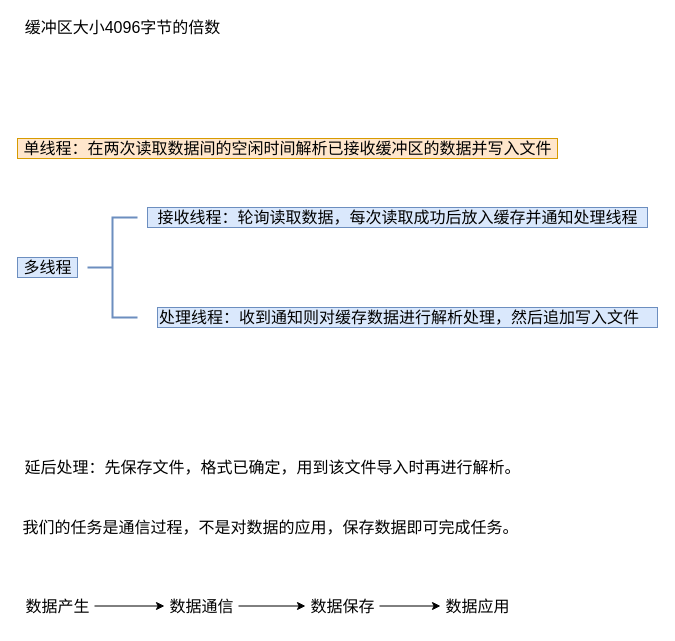
The draw.io diagram page "多线程保存数据" (4 of 5) of Untitled Diagram.drawio in fuxinsen/test, before the edit. Source tidied: cells renumbered, new cells numbered last; positions are measured from the earlier drawing's top-left corner, leaving out a move shared by most shapes. Both pictures are drawn from the tidied source at 100%, with x=0, y=0 at pixel (17, 17).
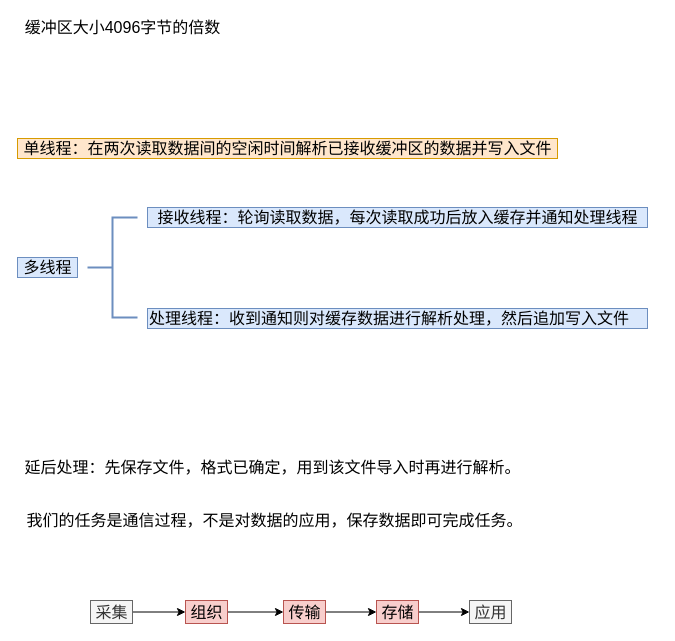
The same page after the edit.

Change to the diagram source:
```diff
@@
 <mxGraphModel>
   <root>
     <mxCell id="0" />
     <mxCell id="1" parent="0" />
     <mxCell id="2" style="strokeWidth=2;html=1;shape=mxgraph.flowchart.annotation_2;align=left;labelPosition=right;shadow=0;fontSize=16;startSize=0;fillColor=#dae8fc;strokeColor=#6c8ebf;" parent="1" vertex="1">
       <mxGeometry x="70" y="200" width="50" height="100" as="geometry" />
     </mxCell>
     <mxCell id="3" value="多线程" style="text;html=1;align=center;verticalAlign=middle;strokeColor=#6c8ebf;fontSize=16;fillColor=#dae8fc;" parent="1" vertex="1">
       <mxGeometry y="240" width="60" height="20" as="geometry" />
     </mxCell>
     <mxCell id="4" value="接收线程：轮询读取数据，每次读取成功后放入缓存并通知处理线程" style="text;html=1;align=center;verticalAlign=middle;strokeColor=#6c8ebf;fontSize=16;fillColor=#dae8fc;" parent="1" vertex="1">
       <mxGeometry x="130" y="190" width="500" height="20" as="geometry" />
     </mxCell>
     <mxCell id="5" value="单线程：在两次读取数据间的空闲时间解析已接收缓冲区的数据并写入文件" style="text;html=1;align=center;verticalAlign=middle;strokeColor=#d79b00;fontSize=16;fillColor=#ffe6cc;" parent="1" vertex="1">
       <mxGeometry y="121" width="540" height="20" as="geometry" />
     </mxCell>
     <mxCell id="6" value="处理线程：收到通知则对缓存数据进行解析处理，然后追加写入文件" style="text;html=1;align=left;verticalAlign=middle;strokeColor=#6c8ebf;fontSize=16;fillColor=#dae8fc;" parent="1" vertex="1">
-      <mxGeometry x="140" y="290" width="500" height="20" as="geometry" />
+      <mxGeometry x="130" y="291" width="500" height="20" as="geometry" />
     </mxCell>
     <mxCell id="7" value="缓冲区大小4096字节的倍数" style="text;html=1;align=center;verticalAlign=middle;strokeColor=none;fontSize=16;" parent="1" vertex="1">
       <mxGeometry width="210" height="20" as="geometry" />
     </mxCell>
     <mxCell id="8" value="延后处理：先保存文件，格式已确定，用到该文件导入时再进行解析。" style="text;html=1;align=center;verticalAlign=middle;strokeColor=none;fontSize=16;" parent="1" vertex="1">
       <mxGeometry y="440" width="510" height="20" as="geometry" />
     </mxCell>
     <mxCell id="9" value="我们的任务是通信过程，不是对数据的应用，保存数据即可完成任务。" style="text;html=1;align=center;verticalAlign=middle;strokeColor=none;fontSize=16;" parent="1" vertex="1">
-      <mxGeometry y="498" width="506" height="23" as="geometry" />
+      <mxGeometry x="4" y="491" width="506" height="23" as="geometry" />
     </mxCell>
-    <mxCell id="10" style="edgeStyle=orthogonalEdgeStyle;rounded=0;jettySize=auto;html=1;fontSize=16;startSize=0;strokeWidth=1;" parent="1" edge="1" source="11" target="13">
-      <mxGeometry relative="1" as="geometry" />
-    </mxCell>
+    <mxCell id="17" style="edgeStyle=orthogonalEdgeStyle;rounded=0;jettySize=auto;html=1;fontSize=16;startArrow=none;startFill=0;strokeWidth=1;" parent="1" edge="1" source="11" target="19">
+      <mxGeometry relative="1" as="geometry" />
+    </mxCell>
-    <mxCell id="11" value="数据产生" style="text;html=1;align=center;verticalAlign=middle;points=[];strokeColor=none;fontSize=16;" parent="1" vertex="1">
-      <mxGeometry x="3" y="577" width="74" height="23" as="geometry" />
+    <mxCell id="11" value="采集" style="text;html=1;align=center;verticalAlign=middle;points=[];strokeColor=#666666;fontSize=16;fillColor=#f5f5f5;fontColor=#333333;" parent="1" vertex="1">
+      <mxGeometry x="73" y="583" width="42" height="23" as="geometry" />
     </mxCell>
-    <mxCell id="12" style="edgeStyle=orthogonalEdgeStyle;rounded=0;jettySize=auto;html=1;fontSize=16;startSize=0;strokeWidth=1;" parent="1" edge="1" source="13" target="15">
-      <mxGeometry relative="1" as="geometry" />
-    </mxCell>
-    <mxCell id="13" value="数据通信" style="text;html=1;align=center;verticalAlign=middle;points=[];strokeColor=none;fontSize=16;" parent="1" vertex="1">
-      <mxGeometry x="147" y="577" width="74" height="23" as="geometry" />
-    </mxCell>
     <mxCell id="14" style="edgeStyle=orthogonalEdgeStyle;rounded=0;jettySize=auto;html=1;fontSize=16;startSize=0;strokeWidth=1;" parent="1" edge="1" source="15" target="16">
       <mxGeometry relative="1" as="geometry" />
     </mxCell>
-    <mxCell id="15" value="数据保存" style="text;html=1;align=center;verticalAlign=middle;points=[];strokeColor=none;fontSize=16;" parent="1" vertex="1">
-      <mxGeometry x="288" y="577" width="74" height="23" as="geometry" />
+    <mxCell id="15" value="存储" style="text;html=1;align=center;verticalAlign=middle;points=[];strokeColor=#b85450;fontSize=16;fillColor=#f8cecc;" parent="1" vertex="1">
+      <mxGeometry x="359" y="583" width="42" height="23" as="geometry" />
     </mxCell>
-    <mxCell id="16" value="数据应用" style="text;html=1;align=center;verticalAlign=middle;points=[];strokeColor=none;fontSize=16;" parent="1" vertex="1">
-      <mxGeometry x="423" y="577" width="74" height="23" as="geometry" />
+    <mxCell id="16" value="应用" style="text;html=1;align=center;verticalAlign=middle;points=[];strokeColor=#666666;fontSize=16;fillColor=#f5f5f5;fontColor=#333333;" parent="1" vertex="1">
+      <mxGeometry x="452" y="583" width="42" height="23" as="geometry" />
     </mxCell>
+    <mxCell id="18" style="edgeStyle=orthogonalEdgeStyle;rounded=0;jettySize=auto;html=1;fontSize=16;startArrow=none;startFill=0;strokeWidth=1;" parent="1" edge="1" source="19" target="21">
+      <mxGeometry relative="1" as="geometry" />
+    </mxCell>
+    <mxCell id="19" value="组织" style="text;html=1;align=center;verticalAlign=middle;points=[];strokeColor=#b85450;fontSize=16;fillColor=#f8cecc;" parent="1" vertex="1">
+      <mxGeometry x="168" y="583" width="42" height="23" as="geometry" />
+    </mxCell>
+    <mxCell id="20" style="edgeStyle=orthogonalEdgeStyle;rounded=0;jettySize=auto;html=1;fontSize=16;startArrow=none;startFill=0;strokeWidth=1;" parent="1" edge="1" source="21" target="15">
+      <mxGeometry relative="1" as="geometry" />
+    </mxCell>
+    <mxCell id="21" value="传输" style="text;html=1;align=center;verticalAlign=middle;points=[];strokeColor=#b85450;fontSize=16;fillColor=#f8cecc;" parent="1" vertex="1">
+      <mxGeometry x="266" y="583" width="42" height="23" as="geometry" />
+    </mxCell>
   </root>
 </mxGraphModel>
```
